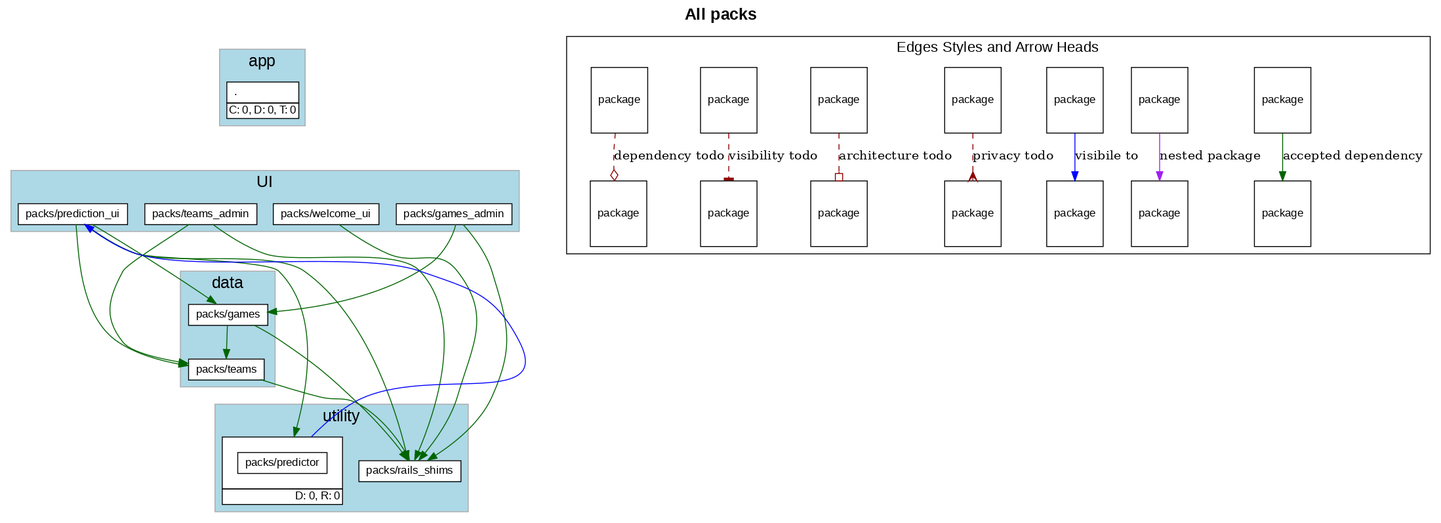
shageman/package-based-rails-applications-book keeps this Graphviz diagram as c4s07/sportsball/c4s07_b_fixed.png. Above is the earlier version. Its source is kept beside it as c4s07/sportsball/c4s07_b_fixed.dot.
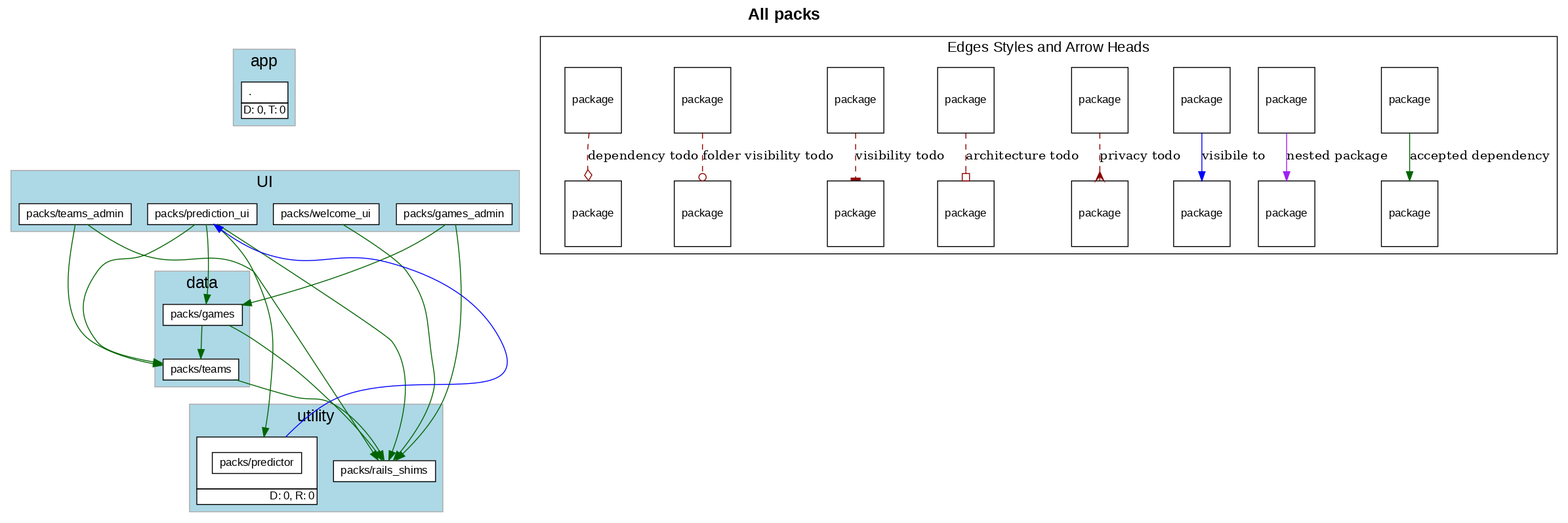
The same file after the commit.

What changed in the source:
```diff
@@ -5,7 +5,7 @@
     fontname="Helvetica,Arial,sans-serif"
     dpi=100
     layout=dot
-    label=<<b>All packs</b>>
+    label=<<b>All packs</b><br/>>
     fontsize=18
   ]
   node [
@@ -30,7 +30,7 @@
             label= <
                 <table border='0' cellborder='1' cellspacing='0' cellpadding='4'>
                   <tr> <td align='left'> . </td> </tr>
-                  <tr><td CELLPADDING='1' ALIGN='RIGHT'>C: 0, D: 0, T: 0</td></tr>
+                  <tr><td CELLPADDING='1' ALIGN='RIGHT'>D: 0, T: 0</td></tr>
                 </table>
               >
           ]
@@ -178,12 +178,12 @@
       A [ fontsize=12 shape=box label="package"]
       B [ fontsize=12 shape=box label="package"]
       A -> B [label="accepted dependency" color=darkgreen]
-      K [ fontsize=12 shape=box label="package"]
-      L [ fontsize=12 shape=box label="package"]
-      K -> L [label="nested package" color=purple]
       M [ fontsize=12 shape=box label="package"]
       N [ fontsize=12 shape=box label="package"]
-      M -> N [label="visibile to" color=blue]
+      M -> N [label="nested package" color=purple]
+      O [ fontsize=12 shape=box label="package"]
+      P [ fontsize=12 shape=box label="package"]
+      O -> P [label="visibile to" color=blue]
       C [ fontsize=12 shape=box label="package"]
       D [ fontsize=12 shape=box label="package"]
       C -> D [label="privacy todo" color=darkred style=dashed arrowhead=crow]
@@ -195,7 +195,10 @@
       G -> H [label="visibility todo" color=darkred style=dashed arrowhead=tee]
       I [ fontsize=12 shape=box label="package"]
       J [ fontsize=12 shape=box label="package"]
-      I -> J [label="dependency todo" color=darkred style=dashed arrowhead=odiamond]
+      I -> J [label="folder visibility todo" color=darkred style=dashed arrowhead=odot]
+      K [ fontsize=12 shape=box label="package"]
+      L [ fontsize=12 shape=box label="package"]
+      K -> L [label="dependency todo" color=darkred style=dashed arrowhead=odiamond]
       LEGEND_NODE_1 [ label="" peripheries=0 height=0 width=0 style=invis ]
       LEGEND_NODE_2 [ label="" peripheries=0 height=0 width=0 style=invis ]
       LEGEND_NODE_1 -> LEGEND_NODE_2 [ style=invis ]
```
